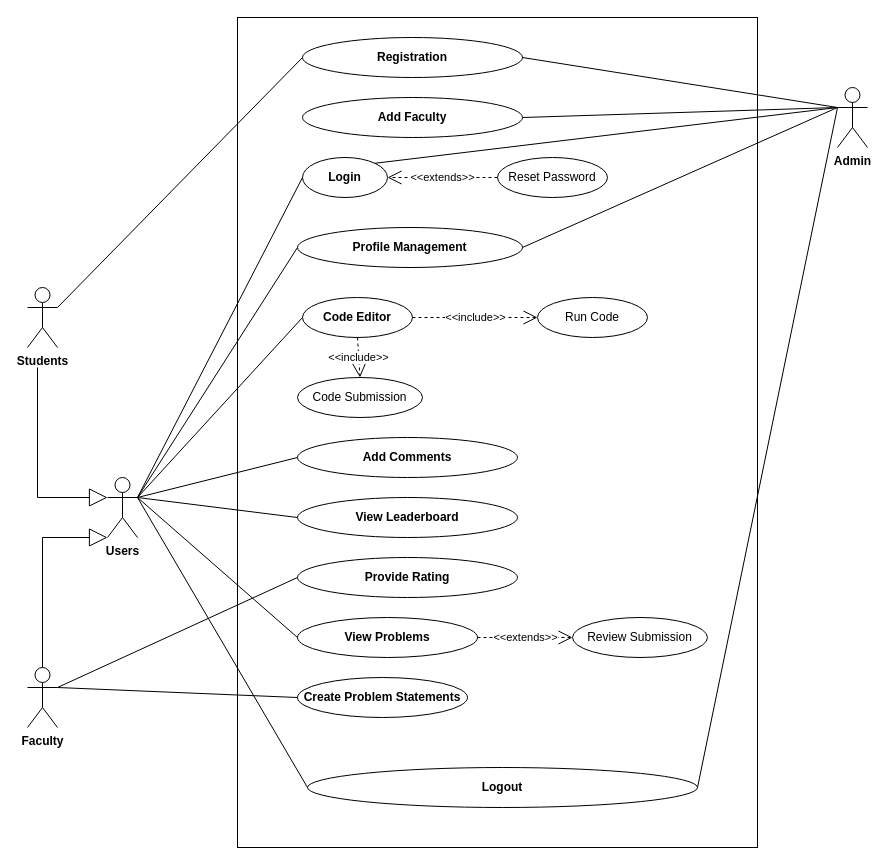
Earlier version of the draw.io diagram Use case Diagram.drawio (shamim36/Final-Defence-Diagram). Source tidied: cells renumbered, new cells numbered last; positions are measured from the earlier drawing's top-left corner, leaving out a move shared by most shapes. Both pictures are drawn from the tidied source at 100%, with x=0, y=0 at pixel (27, 17).
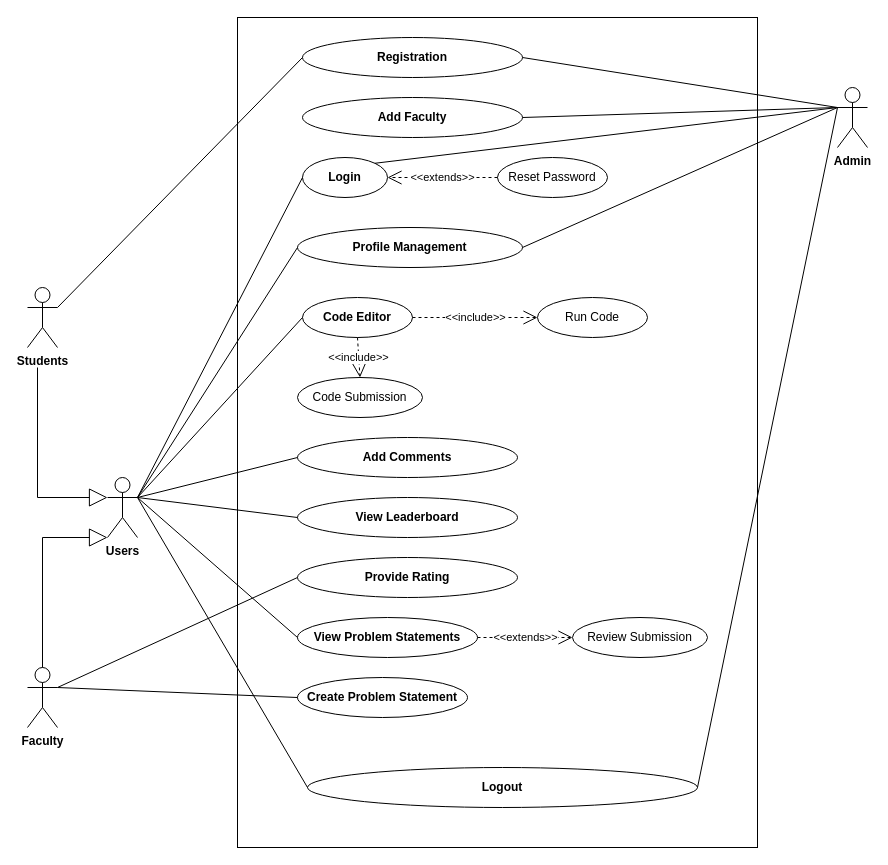
The same page after the edit.

What changed in the source:
```diff
@@
-    <mxCell id="19" value="&lt;b&gt;Create Problem Statements&lt;/b&gt;" style="ellipse;whiteSpace=wrap;html=1;" parent="1" vertex="1">
+    <mxCell id="19" value="&lt;b&gt;Create Problem Statement&lt;/b&gt;" style="ellipse;whiteSpace=wrap;html=1;" parent="1" vertex="1">
       <mxGeometry x="270" y="660" width="170" height="40" as="geometry" />
     </mxCell>
-    <mxCell id="20" value="&lt;b&gt;View Problems&lt;/b&gt;" style="ellipse;whiteSpace=wrap;html=1;" parent="1" vertex="1">
+    <mxCell id="20" value="&lt;b&gt;View Problem Statements&lt;/b&gt;" style="ellipse;whiteSpace=wrap;html=1;" parent="1" vertex="1">
       <mxGeometry x="270" y="600" width="180" height="40" as="geometry" />
     </mxCell>
```
